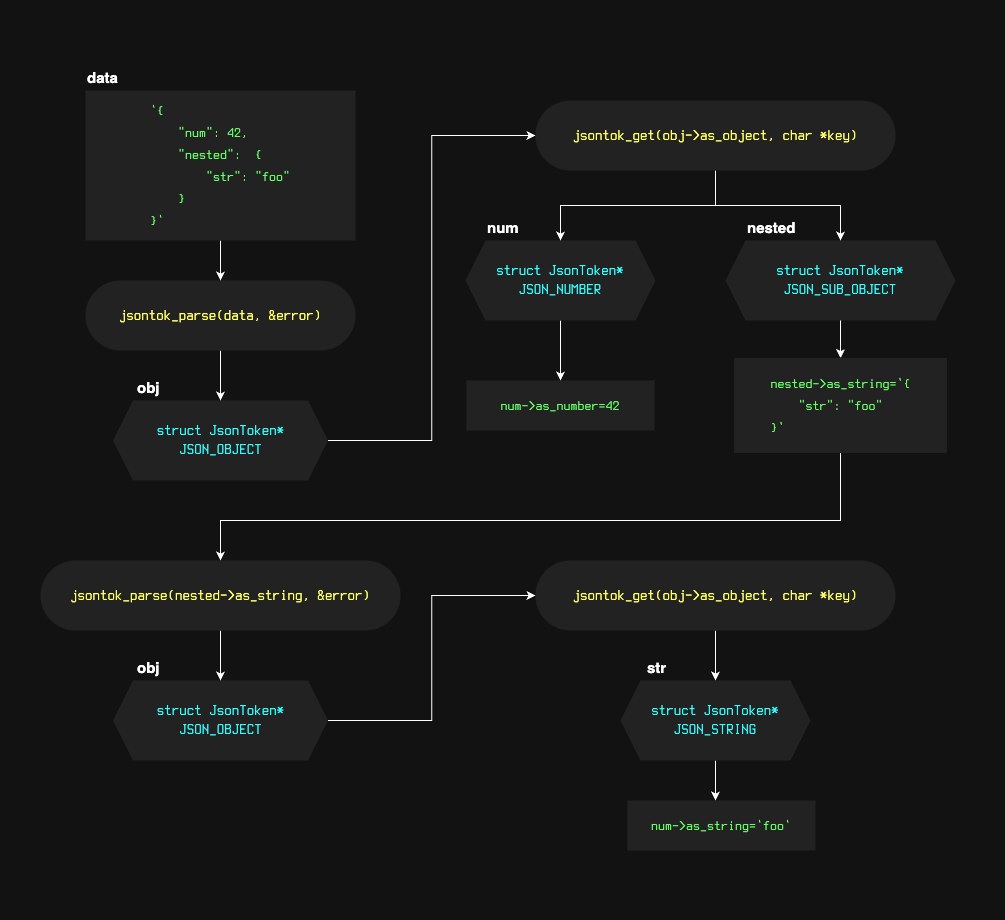
The draw.io diagram jsontok_dark.png in eliasmurcray/jsontok, before a commit. Source tidied: cells renumbered, new cells last; positions are measured from the earlier drawing's top-left corner, leaving out a move shared by most shapes.
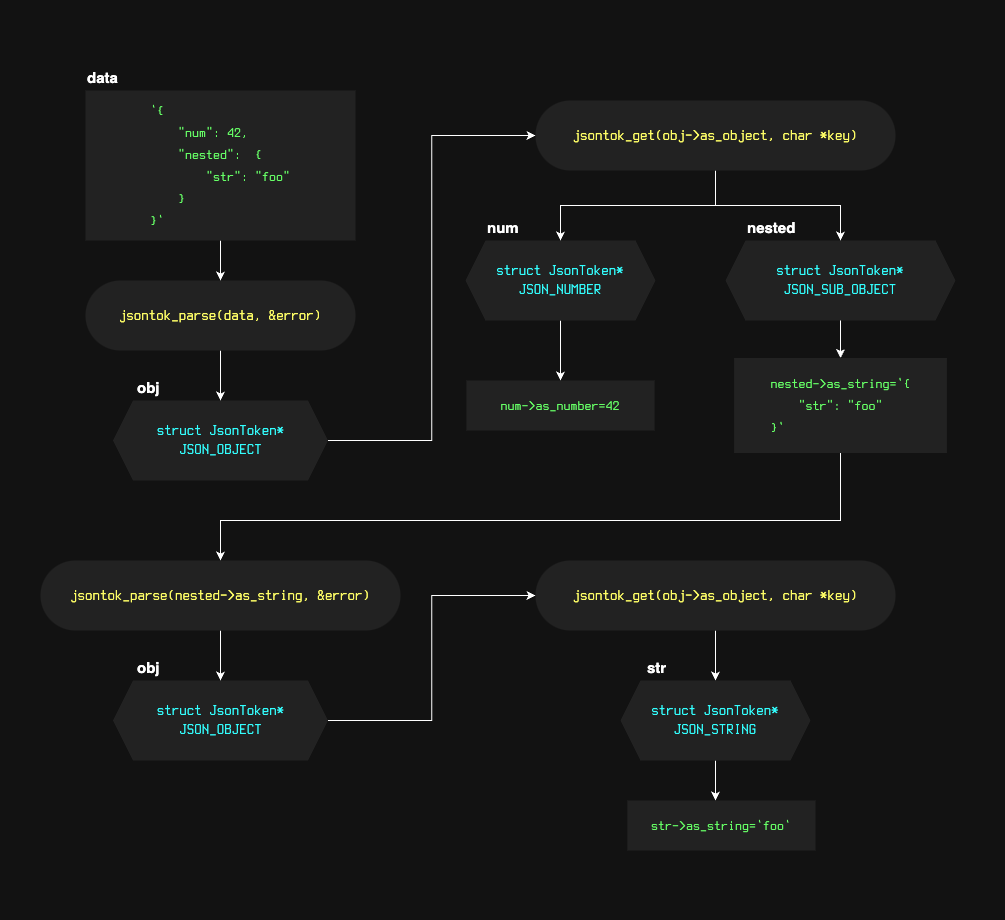
After the commit.

The edit, as a diff of the source:
```diff
@@ -103,7 +103,7 @@
     <mxCell id="31" value="&lt;h1&gt;&lt;font color=&quot;#ffffff&quot; style=&quot;font-size: 15px;&quot;&gt;str&lt;/font&gt;&lt;/h1&gt;" style="text;html=1;align=left;verticalAlign=middle;strokeColor=none;fillColor=none;" parent="1" vertex="1">
       <mxGeometry x="645" y="630" width="40" height="70" as="geometry" />
     </mxCell>
-    <mxCell id="32" value="&lt;p style=&quot;line-height: 130%;&quot;&gt;&lt;/p&gt;&lt;div style=&quot;text-align: left; font-size: 14px; line-height: 150%;&quot;&gt;&lt;font color=&quot;#66ff66&quot; face=&quot;Terminus&quot;&gt;num-&amp;gt;as_string=`foo`&lt;/font&gt;&lt;/div&gt;&lt;p&gt;&lt;/p&gt;" style="rounded=0;whiteSpace=wrap;html=1;fillColor=#222222;fontColor=#009900;strokeColor=none;" parent="1" vertex="1">
+    <mxCell id="32" value="&lt;p style=&quot;line-height: 130%;&quot;&gt;&lt;/p&gt;&lt;div style=&quot;text-align: left; font-size: 14px; line-height: 150%;&quot;&gt;&lt;font color=&quot;#66ff66&quot; face=&quot;Terminus&quot;&gt;str&lt;/font&gt;&lt;span style=&quot;color: rgb(102, 255, 102); font-family: Terminus; background-color: initial;&quot;&gt;-&amp;gt;as_string=`foo`&lt;/span&gt;&lt;/div&gt;&lt;p&gt;&lt;/p&gt;" style="rounded=0;whiteSpace=wrap;html=1;fillColor=#222222;fontColor=#009900;strokeColor=none;" parent="1" vertex="1">
       <mxGeometry x="626.9" y="800" width="188.1" height="50" as="geometry" />
     </mxCell>
     <mxCell id="33" value="&lt;h1&gt;&lt;font color=&quot;#ffffff&quot; style=&quot;font-size: 15px;&quot;&gt;obj&lt;/font&gt;&lt;/h1&gt;" style="text;html=1;align=left;verticalAlign=middle;strokeColor=none;fillColor=none;" parent="1" vertex="1">
```
